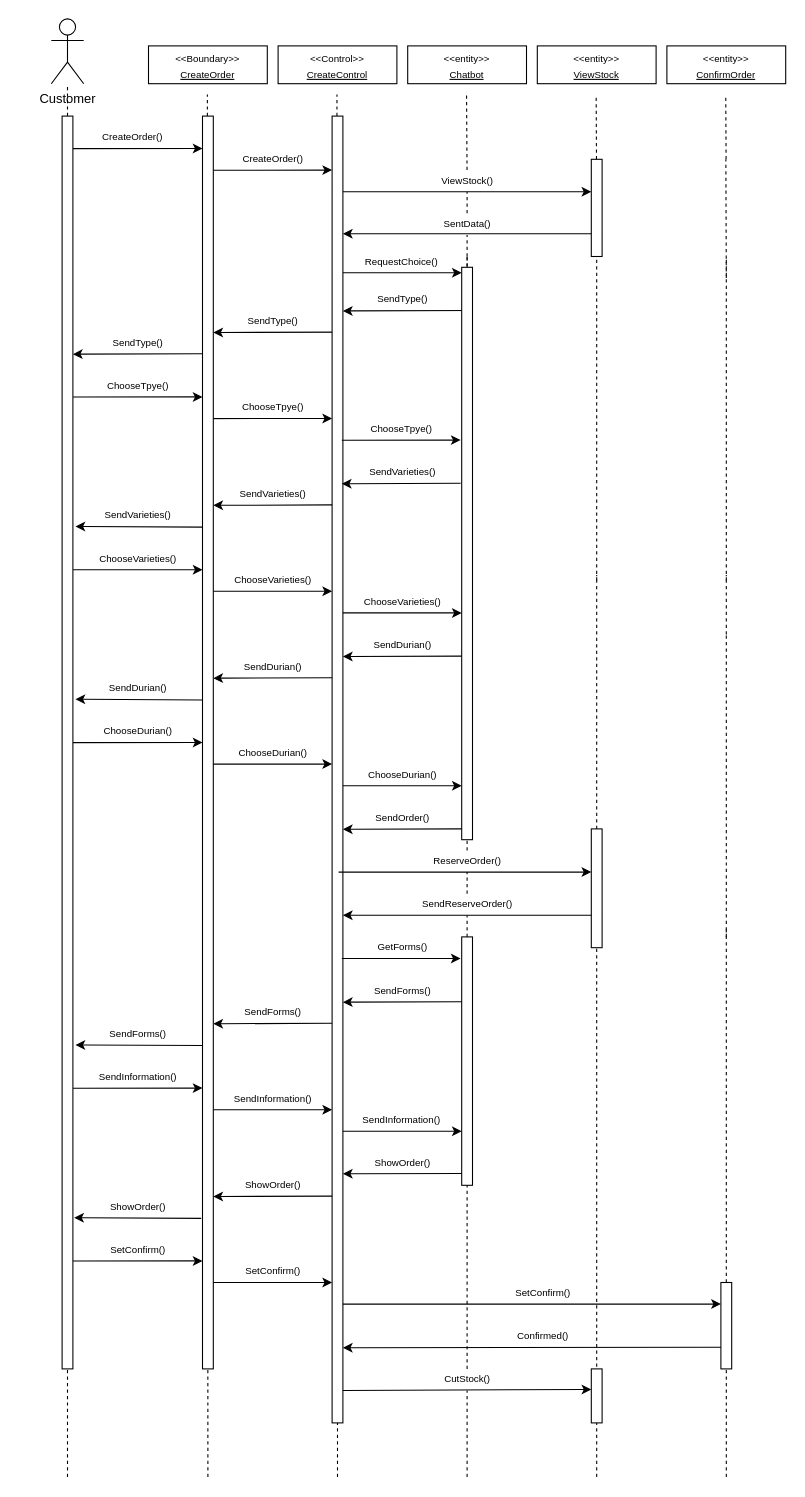
munkeawtoast/isad-diagrams keeps this draw.io diagram as page "Sequence Diagram" (1 of 2) of Create Order.drawio. Above is the earlier version. Source tidied: cells renumbered, new cells numbered last; positions are measured from the earlier drawing's top-left corner, leaving out a move shared by most shapes. Both pictures are drawn from the tidied source at 108%, with x=0, y=0 at pixel (51, 18).
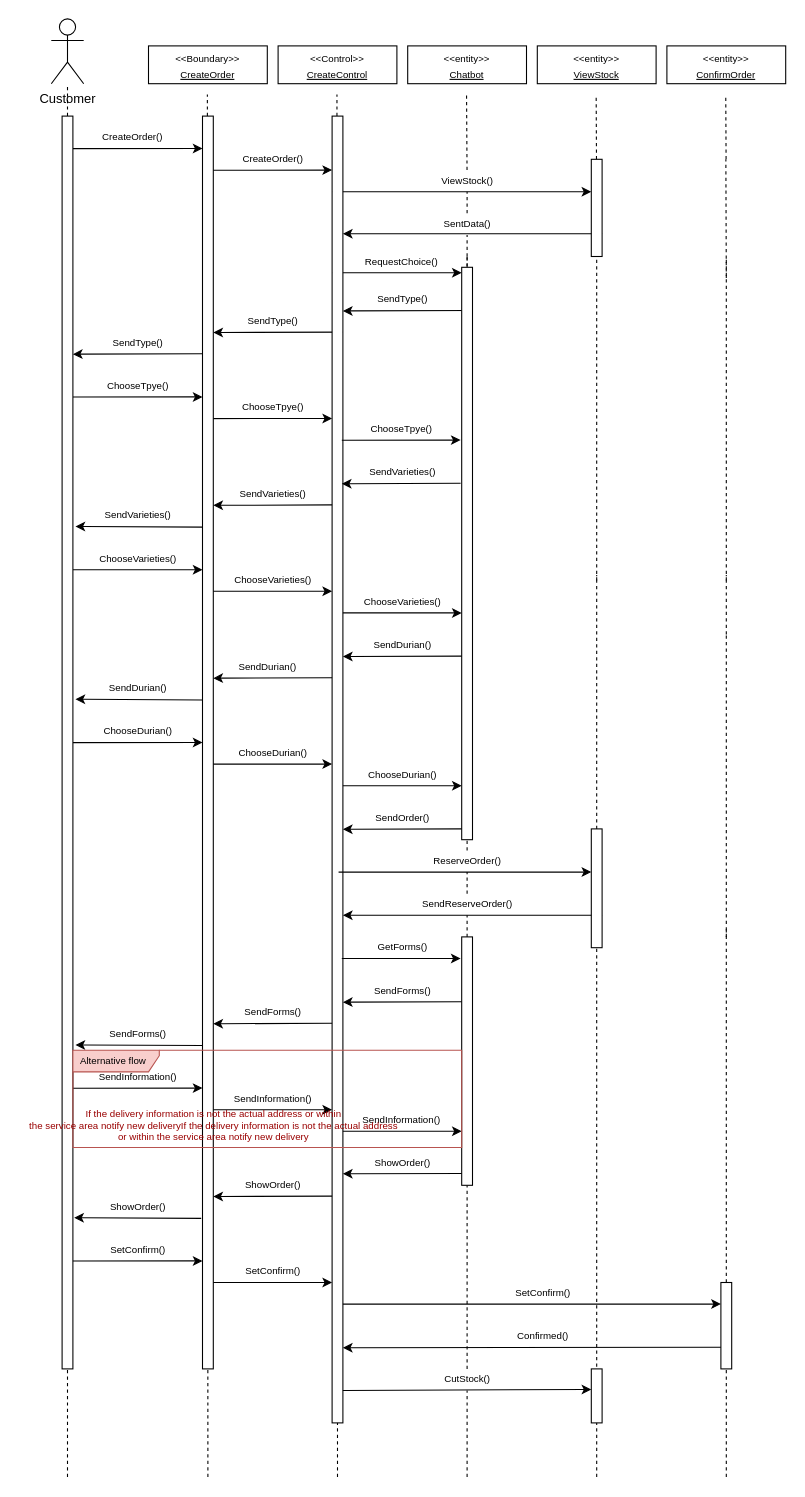
The same page after the edit.

What changed in the source:
```diff
@@
     <mxCell id="69" value="SendDurian()" style="text;html=1;align=center;verticalAlign=middle;strokeColor=none;fillColor=none;fontSize=9;" parent="1" vertex="1">
-      <mxGeometry x="165" y="590" width="80" height="20" as="geometry" />
+      <mxGeometry x="160" y="590" width="80" height="20" as="geometry" />
     </mxCell>
@@
+    <mxCell id="135" value="&lt;font style=&quot;font-size: 9px;&quot;&gt;Alternative flow&lt;/font&gt;" style="shape=umlFrame;whiteSpace=wrap;html=1;width=80;height=20;boundedLbl=1;verticalAlign=middle;align=left;spacingLeft=5;strokeWidth=1;fontSize=9;fillColor=#f8cecc;strokeColor=#b85450;" parent="1" vertex="1">
+      <mxGeometry x="20" y="955" width="360" height="90" as="geometry" />
+    </mxCell>
+    <mxCell id="136" value="If the delivery information is not the actual address or within &lt;br&gt;the service area notify new deliveryIf the delivery information is not the actual address &lt;br&gt;or within the service area notify new delivery" style="text;html=1;align=center;verticalAlign=middle;fontSize=9;fontColor=#990000;" parent="1" vertex="1">
+      <mxGeometry x="-30" y="1000" width="360" height="50" as="geometry" />
+    </mxCell>
```
